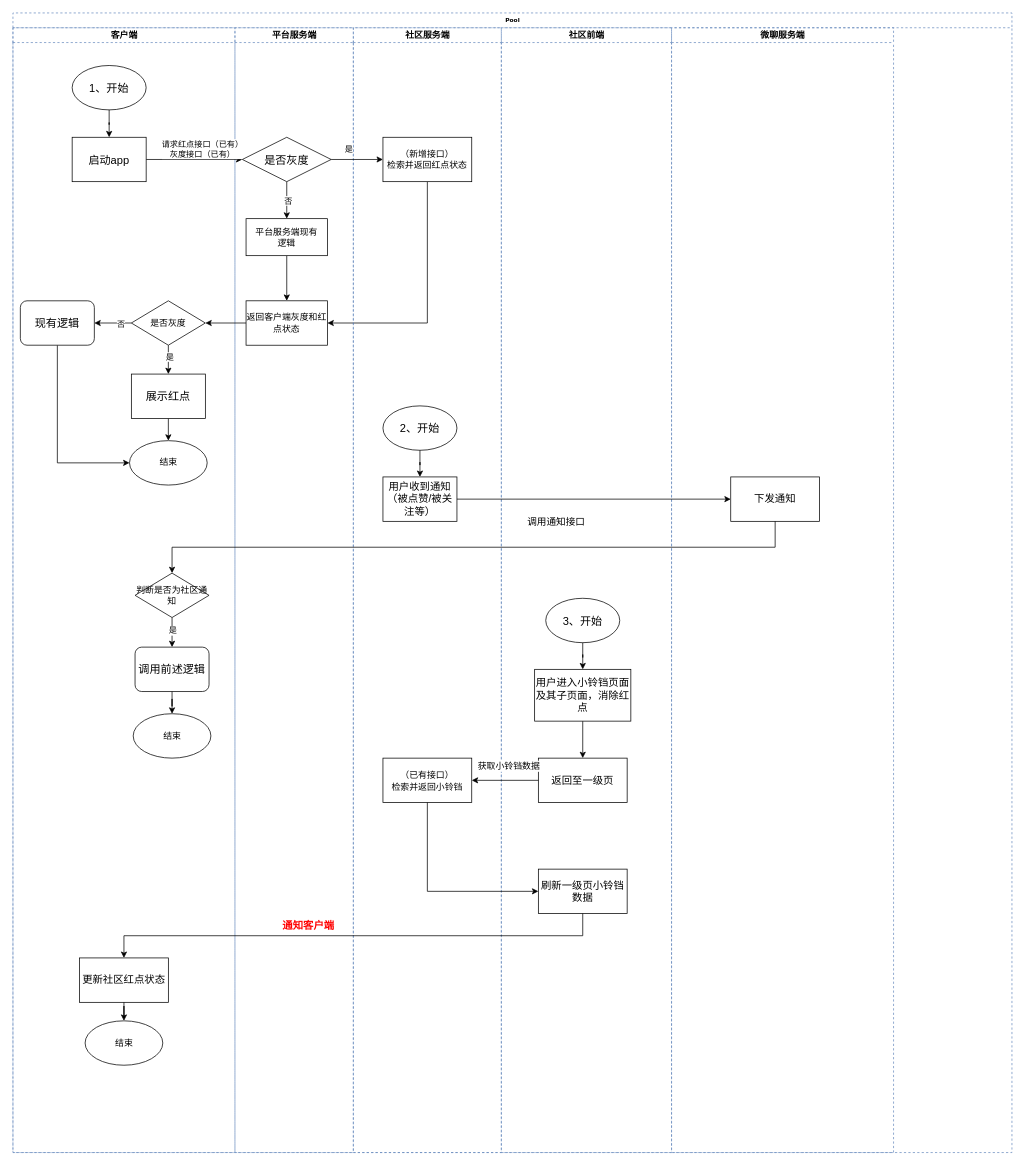
Above: page "B" (1 of 3) of 通知.drawio in 58social/tools (draw.io), before the change. Source tidied: cells renumbered, new cells numbered last; positions are measured from the earlier drawing's top-left corner, leaving out a move shared by most shapes. Both pictures are drawn from the tidied source at 74%, with x=0, y=0 at pixel (13, 13).
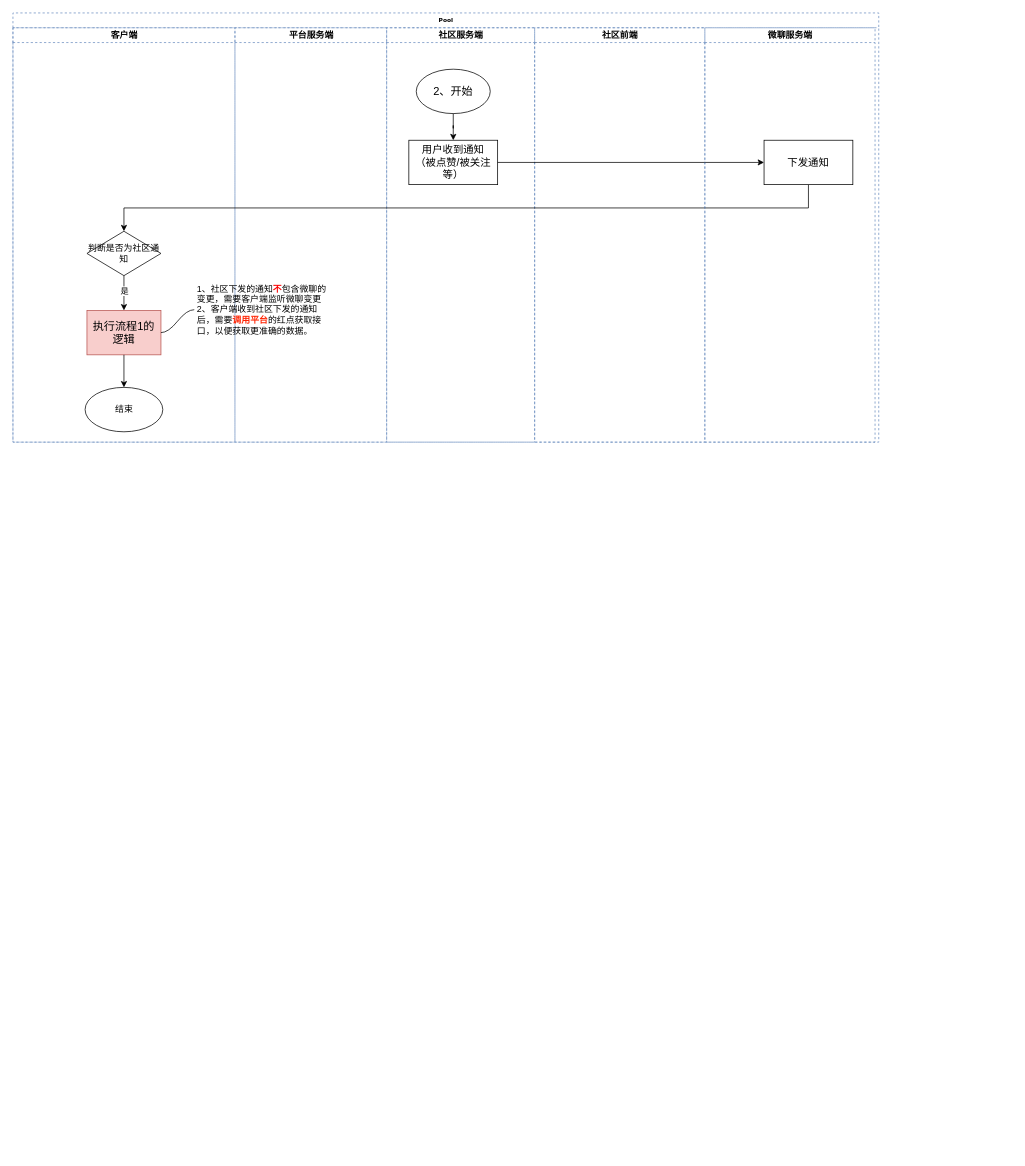
The same diagram, later.

Change to the diagram source:
```diff
@@
     <mxCell id="2" value="Pool" style="swimlane;html=1;startSize=20;rounded=0;shadow=0;labelBackgroundColor=none;strokeWidth=1;fontFamily=Verdana;fontSize=8;align=center;dashed=1;fillColor=none;strokeColor=#6c8ebf;gradientColor=none;" parent="1" vertex="1">
-      <mxGeometry width="1350" height="1540" as="geometry" />
+      <mxGeometry width="1170" height="580" as="geometry" />
     </mxCell>
     <mxCell id="3" value="客户端" style="swimlane;html=1;startSize=20;dashed=1;fillColor=none;strokeColor=#6c8ebf;gradientColor=none;" parent="2" vertex="1">
-      <mxGeometry y="20" width="300" height="1520" as="geometry" />
+      <mxGeometry y="20" width="300" height="560" as="geometry" />
     </mxCell>
     <mxCell id="4" value="结束" style="ellipse;whiteSpace=wrap;html=1;" parent="3" vertex="1">
-      <mxGeometry x="162.5" y="927" width="105" height="60" as="geometry" />
+      <mxGeometry x="97.5" y="486" width="105" height="60" as="geometry" />
     </mxCell>
-    <mxCell id="5" value="&lt;font style=&quot;font-size: 15px;&quot;&gt;1、开始&lt;/font&gt;" style="ellipse;whiteSpace=wrap;html=1;" parent="3" vertex="1">
-      <mxGeometry x="80" y="51" width="100" height="60" as="geometry" />
-    </mxCell>
+    <mxCell id="60" style="edgeStyle=orthogonalEdgeStyle;rounded=0;orthogonalLoop=1;jettySize=auto;html=1;" parent="3" edge="1">
+      <mxGeometry relative="1" as="geometry">
+        <mxPoint x="150" y="1317" as="sourcePoint" />
+      </mxGeometry>
+    </mxCell>
+    <mxCell id="36" value="判断是否为社区通知" style="rhombus;whiteSpace=wrap;html=1;" parent="3" vertex="1">
+      <mxGeometry x="100" y="275" width="100" height="60" as="geometry" />
+    </mxCell>
+    <mxCell id="37" value="&lt;span style=&quot;font-size: 15px;&quot;&gt;执行流程1的逻辑&lt;/span&gt;" style="rounded=0;whiteSpace=wrap;html=1;fillColor=#f8cecc;strokeColor=#b85450;" parent="3" vertex="1">
+      <mxGeometry x="100" y="382" width="100" height="60" as="geometry" />
+    </mxCell>
+    <mxCell id="45" style="edgeStyle=orthogonalEdgeStyle;rounded=0;jettySize=auto;html=1;" parent="3" edge="1" source="37" target="4">
+      <mxGeometry relative="1" as="geometry" />
+    </mxCell>
+    <mxCell id="34" style="edgeStyle=orthogonalEdgeStyle;rounded=0;jettySize=auto;html=1;exitX=0.5;exitY=1;exitDx=0;exitDy=0;entryX=0.5;entryY=0;entryDx=0;entryDy=0;" parent="3" edge="1" source="36" target="37">
+      <mxGeometry relative="1" as="geometry" />
+    </mxCell>
+    <mxCell id="35" value="是" style="edgeLabel;html=1;align=center;verticalAlign=middle;" parent="34" vertex="1">
+      <mxGeometry x="-0.17" relative="1" as="geometry" />
+    </mxCell>
     <mxCell id="6" value="平台服务端" style="swimlane;html=1;startSize=20;dashed=1;fillColor=none;strokeColor=#6c8ebf;gradientColor=none;" parent="2" vertex="1">
-      <mxGeometry x="300" y="20" width="160" height="1520" as="geometry" />
+      <mxGeometry x="300" y="20" width="205" height="560" as="geometry" />
     </mxCell>
-    <mxCell id="7" style="edgeStyle=orthogonalEdgeStyle;rounded=0;jettySize=auto;html=1;" parent="6" edge="1" source="8" target="20">
-      <mxGeometry relative="1" as="geometry" />
-    </mxCell>
-    <mxCell id="8" value="平台服务端现有&lt;br&gt;逻辑" style="rounded=0;whiteSpace=wrap;html=1;" parent="6" vertex="1">
-      <mxGeometry x="15" y="258" width="110" height="50" as="geometry" />
-    </mxCell>
-    <mxCell id="9" style="edgeStyle=orthogonalEdgeStyle;rounded=0;jettySize=auto;html=1;exitX=0;exitY=0.5;exitDx=0;exitDy=0;entryX=1;entryY=0.5;entryDx=0;entryDy=0;" parent="6" edge="1" source="20" target="14">
-      <mxGeometry relative="1" as="geometry" />
-    </mxCell>
-    <mxCell id="10" style="edgeStyle=orthogonalEdgeStyle;rounded=0;jettySize=auto;html=1;exitX=0.5;exitY=1;exitDx=0;exitDy=0;" parent="6" edge="1" source="14" target="16">
-      <mxGeometry relative="1" as="geometry" />
-    </mxCell>
-    <mxCell id="11" value="是" style="edgeLabel;html=1;align=center;verticalAlign=middle;" parent="10" vertex="1">
-      <mxGeometry x="-0.29" y="1" relative="1" as="geometry" />
-    </mxCell>
-    <mxCell id="12" style="edgeStyle=orthogonalEdgeStyle;rounded=0;jettySize=auto;html=1;exitX=0;exitY=0.5;exitDx=0;exitDy=0;entryX=1;entryY=0.5;entryDx=0;entryDy=0;" parent="6" edge="1" source="14" target="18">
-      <mxGeometry relative="1" as="geometry" />
-    </mxCell>
-    <mxCell id="13" value="否" style="edgeLabel;html=1;align=center;verticalAlign=middle;" parent="12" vertex="1">
-      <mxGeometry x="-0.42" y="1" relative="1" as="geometry" />
-    </mxCell>
-    <mxCell id="14" value="是否灰度" style="rhombus;whiteSpace=wrap;html=1;" parent="6" vertex="1">
-      <mxGeometry x="-140" y="369" width="100" height="60" as="geometry" />
-    </mxCell>
-    <mxCell id="15" style="edgeStyle=orthogonalEdgeStyle;rounded=0;jettySize=auto;html=1;exitX=0.5;exitY=1;exitDx=0;exitDy=0;entryX=0.5;entryY=0;entryDx=0;entryDy=0;" parent="6" edge="1" source="16" target="19">
-      <mxGeometry relative="1" as="geometry" />
-    </mxCell>
-    <mxCell id="16" value="&lt;span style=&quot;font-size: 15px;&quot;&gt;展示红点&lt;/span&gt;" style="rounded=0;whiteSpace=wrap;html=1;" parent="6" vertex="1">
-      <mxGeometry x="-140" y="468" width="100" height="60" as="geometry" />
-    </mxCell>
-    <mxCell id="17" style="edgeStyle=orthogonalEdgeStyle;rounded=0;jettySize=auto;html=1;exitX=0.5;exitY=1;exitDx=0;exitDy=0;entryX=0;entryY=0.5;entryDx=0;entryDy=0;" parent="6" edge="1" source="18" target="19">
-      <mxGeometry relative="1" as="geometry" />
-    </mxCell>
-    <mxCell id="18" value="&lt;span style=&quot;font-size: 15px;&quot;&gt;现有逻辑&lt;/span&gt;" style="rounded=1;whiteSpace=wrap;html=1;shadow=0;labelBackgroundColor=none;strokeWidth=1;fontFamily=Verdana;fontSize=8;align=center;" parent="6" vertex="1">
-      <mxGeometry x="-290" y="369" width="100" height="60" as="geometry" />
-    </mxCell>
-    <mxCell id="19" value="结束" style="ellipse;whiteSpace=wrap;html=1;" parent="6" vertex="1">
-      <mxGeometry x="-142.5" y="558" width="105" height="60" as="geometry" />
-    </mxCell>
-    <mxCell id="20" value="返回客户端灰度和红点状态" style="whiteSpace=wrap;html=1;" parent="6" vertex="1">
-      <mxGeometry x="15" y="369" width="110" height="60" as="geometry" />
-    </mxCell>
-    <mxCell id="21" style="edgeStyle=orthogonalEdgeStyle;rounded=0;jettySize=auto;html=1;entryX=1;entryY=0.5;entryDx=0;entryDy=0;exitX=0.5;exitY=1;exitDx=0;exitDy=0;" parent="2" edge="1" source="31" target="20">
-      <mxGeometry relative="1" as="geometry" />
-    </mxCell>
-    <mxCell id="22" style="edgeStyle=orthogonalEdgeStyle;rounded=0;jettySize=auto;html=1;" parent="2" edge="1" source="30" target="8">
-      <mxGeometry relative="1" as="geometry" />
-    </mxCell>
-    <mxCell id="23" value="否" style="edgeLabel;html=1;align=center;verticalAlign=middle;" parent="22" vertex="1">
-      <mxGeometry y="1" relative="1" as="geometry" />
-    </mxCell>
     <mxCell id="24" value="社区服务端" style="swimlane;html=1;startSize=20;dashed=1;fillColor=none;strokeColor=#6c8ebf;gradientColor=none;" parent="2" vertex="1">
-      <mxGeometry x="460" y="20" width="200" height="1520" as="geometry" />
+      <mxGeometry x="505" y="20" width="200" height="560" as="geometry" />
     </mxCell>
-    <mxCell id="25" style="edgeStyle=orthogonalEdgeStyle;rounded=0;jettySize=auto;html=1;" parent="24" edge="1" source="29" target="30">
-      <mxGeometry relative="1" as="geometry" />
-    </mxCell>
-    <mxCell id="26" value="请求红点接口（已有）&lt;div&gt;灰度接口（已有）&lt;/div&gt;" style="edgeLabel;html=1;align=center;verticalAlign=middle;horizontal=1;" parent="25" vertex="1">
-      <mxGeometry relative="1" as="geometry">
-        <mxPoint x="10" y="-15" as="offset" />
-      </mxGeometry>
-    </mxCell>
-    <mxCell id="27" style="edgeStyle=orthogonalEdgeStyle;rounded=0;jettySize=auto;html=1;" parent="24" edge="1" source="30" target="31">
-      <mxGeometry relative="1" as="geometry" />
-    </mxCell>
-    <mxCell id="28" value="是" style="edgeLabel;html=1;align=center;verticalAlign=middle;" parent="27" vertex="1">
-      <mxGeometry x="0.32" y="2" relative="1" as="geometry">
-        <mxPoint x="-23" y="-13" as="offset" />
-      </mxGeometry>
-    </mxCell>
-    <mxCell id="29" value="&lt;font style=&quot;font-size: 15px;&quot;&gt;启动app&lt;/font&gt;" style="whiteSpace=wrap;html=1;" parent="24" vertex="1">
-      <mxGeometry x="-380" y="148" width="100" height="60" as="geometry" />
-    </mxCell>
-    <mxCell id="30" value="&lt;font style=&quot;font-size: 15px;&quot;&gt;是否灰度&lt;/font&gt;" style="rhombus;whiteSpace=wrap;html=1;" parent="24" vertex="1">
-      <mxGeometry x="-150" y="148" width="120" height="60" as="geometry" />
-    </mxCell>
-    <mxCell id="31" value="（新增接口）&lt;br&gt;检索并返回红点状态" style="whiteSpace=wrap;html=1;" parent="24" vertex="1">
-      <mxGeometry x="40" y="148" width="120" height="60" as="geometry" />
-    </mxCell>
     <mxCell id="32" value="&lt;font style=&quot;font-size: 15px;&quot;&gt;2、开始&lt;/font&gt;" style="ellipse;whiteSpace=wrap;html=1;" parent="24" vertex="1">
-      <mxGeometry x="40" y="511" width="100" height="60" as="geometry" />
+      <mxGeometry x="40" y="56" width="100" height="60" as="geometry" />
     </mxCell>
     <mxCell id="33" value="社区前端" style="swimlane;html=1;startSize=20;dashed=1;fillColor=none;strokeColor=#6c8ebf;gradientColor=none;" parent="2" vertex="1">
-      <mxGeometry x="660" y="20" width="230" height="1520" as="geometry" />
+      <mxGeometry x="705" y="20" width="230" height="560" as="geometry" />
     </mxCell>
-    <mxCell id="34" style="edgeStyle=orthogonalEdgeStyle;rounded=0;jettySize=auto;html=1;exitX=0.5;exitY=1;exitDx=0;exitDy=0;entryX=0.5;entryY=0;entryDx=0;entryDy=0;" parent="33" edge="1" source="36" target="37">
-      <mxGeometry relative="1" as="geometry" />
-    </mxCell>
-    <mxCell id="35" value="是" style="edgeLabel;html=1;align=center;verticalAlign=middle;" parent="34" vertex="1">
-      <mxGeometry x="-0.17" relative="1" as="geometry" />
-    </mxCell>
-    <mxCell id="36" value="判断是否为社区通知" style="rhombus;whiteSpace=wrap;html=1;" parent="33" vertex="1">
-      <mxGeometry x="-495" y="737" width="100" height="60" as="geometry" />
-    </mxCell>
-    <mxCell id="37" value="&lt;span style=&quot;font-size: 15px;&quot;&gt;调用前述逻辑&lt;/span&gt;" style="rounded=1;whiteSpace=wrap;html=1;shadow=0;labelBackgroundColor=none;strokeWidth=1;fontFamily=Verdana;fontSize=8;align=center;" parent="33" vertex="1">
-      <mxGeometry x="-495" y="837" width="100" height="60" as="geometry" />
-    </mxCell>
     <mxCell id="38" value="&lt;font style=&quot;font-size: 14px;&quot;&gt;用户收到通知&lt;/font&gt;&lt;div style=&quot;font-size: 14px;&quot;&gt;&lt;span style=&quot;font-size: 14px;&quot;&gt;（被点赞/被关注等）&lt;/span&gt;&lt;/div&gt;" style="whiteSpace=wrap;html=1;fontSize=14;" parent="33" vertex="1">
-      <mxGeometry x="-160" y="607" width="100" height="60" as="geometry" />
+      <mxGeometry x="-170" y="152" width="120" height="60" as="geometry" />
     </mxCell>
-    <mxCell id="39" value="&lt;font style=&quot;font-size: 15px;&quot;&gt;3、开始&lt;/font&gt;" style="ellipse;whiteSpace=wrap;html=1;" parent="33" vertex="1">
-      <mxGeometry x="60" y="771" width="100" height="60" as="geometry" />
-    </mxCell>
+    <mxCell id="42" style="edgeStyle=orthogonalEdgeStyle;rounded=0;jettySize=auto;html=1;fontSize=13;" parent="2" edge="1" source="38" target="41">
+      <mxGeometry relative="1" as="geometry" />
+    </mxCell>
+    <mxCell id="44" style="edgeStyle=orthogonalEdgeStyle;rounded=0;jettySize=auto;html=1;exitX=0.5;exitY=1;exitDx=0;exitDy=0;" parent="2" edge="1" source="41" target="36">
+      <mxGeometry relative="1" as="geometry" />
+    </mxCell>
+    <mxCell id="47" style="edgeStyle=orthogonalEdgeStyle;rounded=0;jettySize=auto;html=1;" parent="2" edge="1" source="32" target="38">
+      <mxGeometry relative="1" as="geometry" />
+    </mxCell>
     <mxCell id="40" value="微聊服务端" style="swimlane;html=1;startSize=20;dashed=1;fillColor=none;strokeColor=#6c8ebf;gradientColor=none;" parent="2" vertex="1">
-      <mxGeometry x="890" y="20" width="300" height="1520" as="geometry" />
+      <mxGeometry x="935" y="20" width="230" height="560" as="geometry" />
     </mxCell>
     <mxCell id="41" value="下发通知" style="whiteSpace=wrap;html=1;fontSize=14;" parent="40" vertex="1">
-      <mxGeometry x="80" y="607" width="120" height="60" as="geometry" />
+      <mxGeometry x="80" y="152" width="120" height="60" as="geometry" />
     </mxCell>
-    <mxCell id="42" style="edgeStyle=orthogonalEdgeStyle;rounded=0;jettySize=auto;html=1;fontSize=13;" parent="2" edge="1" source="38" target="41">
-      <mxGeometry relative="1" as="geometry" />
-    </mxCell>
-    <mxCell id="43" value="&lt;font style=&quot;font-size: 13px;&quot;&gt;调用通知接口&lt;/font&gt;" style="edgeLabel;html=1;align=center;verticalAlign=middle;" parent="42" vertex="1">
-      <mxGeometry x="-0.23" y="2" relative="1" as="geometry">
-        <mxPoint x="-9" y="32" as="offset" />
-      </mxGeometry>
-    </mxCell>
-    <mxCell id="44" style="edgeStyle=orthogonalEdgeStyle;rounded=0;jettySize=auto;html=1;exitX=0.5;exitY=1;exitDx=0;exitDy=0;" parent="2" edge="1" source="41" target="36">
-      <mxGeometry relative="1" as="geometry" />
-    </mxCell>
-    <mxCell id="45" style="edgeStyle=orthogonalEdgeStyle;rounded=0;jettySize=auto;html=1;" parent="2" edge="1" source="37" target="4">
-      <mxGeometry relative="1" as="geometry" />
-    </mxCell>
-    <mxCell id="46" style="edgeStyle=orthogonalEdgeStyle;rounded=0;jettySize=auto;html=1;" parent="2" edge="1" source="5" target="29">
-      <mxGeometry relative="1" as="geometry" />
-    </mxCell>
-    <mxCell id="47" style="edgeStyle=orthogonalEdgeStyle;rounded=0;jettySize=auto;html=1;" parent="2" edge="1" source="32" target="38">
-      <mxGeometry relative="1" as="geometry" />
-    </mxCell>
-    <mxCell id="48" value="&lt;span style=&quot;font-size: 12px;&quot;&gt;（已有接口）&lt;/span&gt;&lt;br style=&quot;font-size: 12px;&quot;&gt;&lt;span style=&quot;font-size: 12px;&quot;&gt;检索并返回小铃铛&lt;/span&gt;" style="whiteSpace=wrap;html=1;fontSize=14;" parent="1" vertex="1">
-      <mxGeometry x="500" y="1007" width="120" height="60" as="geometry" />
-    </mxCell>
-    <mxCell id="49" style="edgeStyle=orthogonalEdgeStyle;rounded=0;jettySize=auto;html=1;fontSize=13;" parent="1" edge="1" source="50" target="51">
-      <mxGeometry relative="1" as="geometry" />
-    </mxCell>
-    <mxCell id="50" value="用户进入小铃铛页面及其子页面，消除红点" style="whiteSpace=wrap;html=1;fontSize=14;" parent="1" vertex="1">
-      <mxGeometry x="705" y="887" width="130" height="70" as="geometry" />
-    </mxCell>
-    <mxCell id="51" value="返回至一级页" style="whiteSpace=wrap;html=1;fontSize=14;" parent="1" vertex="1">
-      <mxGeometry x="710" y="1007" width="120" height="60" as="geometry" />
-    </mxCell>
-    <mxCell id="52" value="刷新一级页小铃铛数据" style="whiteSpace=wrap;html=1;fontSize=14;" parent="1" vertex="1">
-      <mxGeometry x="710" y="1157" width="120" height="60" as="geometry" />
-    </mxCell>
-    <mxCell id="53" value="&lt;font style=&quot;font-size: 12px;&quot;&gt;获取小铃铛数据&lt;/font&gt;" style="edgeLabel;html=1;align=center;verticalAlign=middle;horizontal=1;" parent="1" vertex="1">
-      <mxGeometry x="660" y="1017" as="geometry">
-        <mxPoint x="9" as="offset" />
-      </mxGeometry>
-    </mxCell>
-    <mxCell id="54" style="edgeStyle=orthogonalEdgeStyle;rounded=0;jettySize=auto;html=1;" parent="1" edge="1" source="51" target="48">
-      <mxGeometry relative="1" as="geometry" />
-    </mxCell>
-    <mxCell id="55" style="edgeStyle=orthogonalEdgeStyle;rounded=0;jettySize=auto;html=1;entryX=0;entryY=0.5;entryDx=0;entryDy=0;exitX=0.5;exitY=1;exitDx=0;exitDy=0;" parent="1" edge="1" source="48" target="52">
-      <mxGeometry relative="1" as="geometry" />
-    </mxCell>
-    <mxCell id="56" style="edgeStyle=orthogonalEdgeStyle;rounded=0;jettySize=auto;html=1;entryX=0.5;entryY=0;entryDx=0;entryDy=0;exitX=0.5;exitY=1;exitDx=0;exitDy=0;" parent="1" edge="1" source="52" target="58">
-      <mxGeometry relative="1" as="geometry" />
-    </mxCell>
-    <mxCell id="57" value="&lt;font style=&quot;font-size: 14px;&quot;&gt;通知客户端&lt;/font&gt;" style="edgeLabel;html=1;align=center;verticalAlign=middle;fontStyle=1;fontColor=#ff0000;" parent="56" vertex="1">
-      <mxGeometry x="0.38" y="2" relative="1" as="geometry">
-        <mxPoint x="67" y="-17" as="offset" />
-      </mxGeometry>
-    </mxCell>
-    <mxCell id="58" value="更新社区红点状态" style="whiteSpace=wrap;html=1;fontSize=14;" parent="1" vertex="1">
-      <mxGeometry x="90" y="1277" width="120" height="60" as="geometry" />
-    </mxCell>
-    <mxCell id="59" value="结束" style="ellipse;whiteSpace=wrap;html=1;" parent="1" vertex="1">
-      <mxGeometry x="97.5" y="1362" width="105" height="60" as="geometry" />
-    </mxCell>
-    <mxCell id="60" style="edgeStyle=orthogonalEdgeStyle;rounded=0;jettySize=auto;html=1;" parent="1" edge="1" source="58" target="59">
-      <mxGeometry relative="1" as="geometry" />
-    </mxCell>
-    <mxCell id="61" style="edgeStyle=orthogonalEdgeStyle;rounded=0;jettySize=auto;html=1;" parent="1" edge="1" source="39" target="50">
-      <mxGeometry relative="1" as="geometry" />
-    </mxCell>
+    <mxCell id="62" value="1、社区下发的通知&lt;b&gt;&lt;font color=&quot;#fa0000&quot;&gt;不&lt;/font&gt;&lt;/b&gt;包含微聊的变更，需要客户端监听微聊变更&lt;div&gt;2、客户端收到社区下发的通知后，需要&lt;font color=&quot;#ff2403&quot;&gt;&lt;b&gt;调用平台&lt;/b&gt;&lt;/font&gt;的红点获取接口，以便获取更准确的数据。&lt;/div&gt;" style="whiteSpace=wrap;html=1;rounded=1;arcSize=50;align=left;verticalAlign=middle;strokeWidth=1;spacing=4;newEdgeStyle={&quot;edgeStyle&quot;:&quot;entityRelationEdgeStyle&quot;,&quot;startArrow&quot;:&quot;none&quot;,&quot;endArrow&quot;:&quot;none&quot;,&quot;segment&quot;:10,&quot;curved&quot;:1,&quot;sourcePerimeterSpacing&quot;:0,&quot;targetPerimeterSpacing&quot;:0};strokeColor=none;fillColor=none;" parent="1" vertex="1">
+      <mxGeometry x="245" y="376" width="185" height="50" as="geometry" />
+    </mxCell>
+    <mxCell id="63" style="edgeStyle=entityRelationEdgeStyle;startArrow=none;endArrow=none;segment=10;curved=1;sourcePerimeterSpacing=0;targetPerimeterSpacing=0;rounded=0;exitX=1;exitY=0.5;exitDx=0;exitDy=0;" parent="1" edge="1" source="37" target="62">
+      <mxGeometry relative="1" as="geometry">
+        <Array as="points">
+          <mxPoint x="220" y="476" />
+          <mxPoint x="250" y="446" />
+          <mxPoint x="300" y="476" />
+          <mxPoint x="270" y="516" />
+          <mxPoint x="270" y="506" />
+          <mxPoint x="350" y="556" />
+        </Array>
+      </mxGeometry>
+    </mxCell>
```
